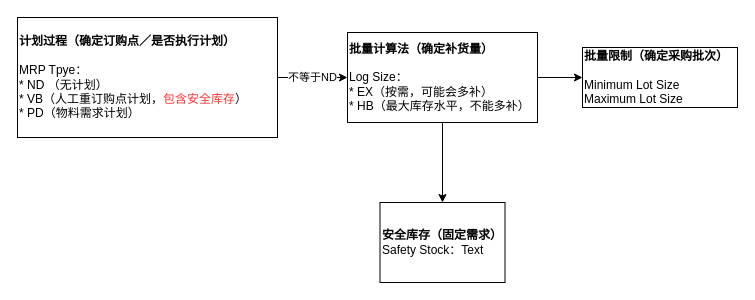
This is architecture/Untitled Diagram.drawio from jkxyx205/diagrams, a draw.io file, before an edit. Source tidied: cells renumbered, new cells numbered last; positions are measured from the earlier drawing's top-left corner, leaving out a move shared by most shapes. Both pictures are drawn from the tidied source at 100%, with x=0, y=0 at pixel (17, 17).
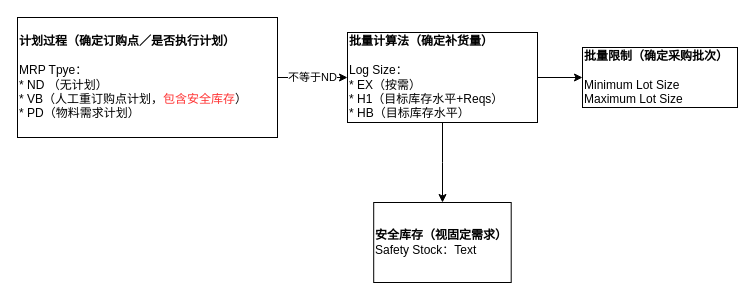
After the change.

Commit message:
add size type “H1”

What changed in the source:
```diff
@@
 <mxGraphModel>
   <root>
     <mxCell id="0" />
     <mxCell id="1" parent="0" />
     <mxCell id="2" value="不等于ND" style="edgeStyle=orthogonalEdgeStyle;rounded=0;jettySize=auto;html=1;" parent="1" edge="1" source="3" target="6">
       <mxGeometry relative="1" as="geometry" />
     </mxCell>
     <mxCell id="3" value="&lt;b&gt;计划过程（确定订购点／是否执行计划）&lt;br&gt;&lt;/b&gt;&lt;br&gt;MRP Tpye：&lt;br&gt;* ND （无计划）&lt;br&gt;* VB（人工重订购点计划，&lt;font color=&quot;#ff3333&quot;&gt;包含安全库存&lt;/font&gt;）&lt;br&gt;* PD（物料需求计划）" style="rounded=0;whiteSpace=wrap;html=1;align=left;" parent="1" vertex="1">
       <mxGeometry width="260" height="120" as="geometry" />
     </mxCell>
     <mxCell id="4" style="edgeStyle=orthogonalEdgeStyle;rounded=0;jettySize=auto;html=1;" parent="1" edge="1" source="6" target="7">
       <mxGeometry relative="1" as="geometry" />
     </mxCell>
     <mxCell id="5" style="edgeStyle=orthogonalEdgeStyle;rounded=0;jettySize=auto;html=1;" parent="1" edge="1" source="6" target="8">
       <mxGeometry relative="1" as="geometry" />
     </mxCell>
-    <mxCell id="6" value="&lt;b&gt;批量计算法（确定补货量）&lt;/b&gt;&lt;br&gt;&lt;br&gt;Log Size：&lt;br&gt;* EX（按需，可能会多补）&lt;br&gt;* HB（最大库存水平，不能多补）" style="rounded=0;whiteSpace=wrap;html=1;align=left;" parent="1" vertex="1">
+    <mxCell id="6" value="&lt;b&gt;批量计算法（确定补货量）&lt;/b&gt;&lt;br&gt;&lt;br&gt;Log Size：&lt;br&gt;* EX（按需）&lt;br&gt;* H1（目标库存水平+Reqs）&lt;br&gt;* HB（目标库存水平）" style="rounded=0;whiteSpace=wrap;html=1;align=left;" parent="1" vertex="1">
       <mxGeometry x="330" y="15" width="190" height="90" as="geometry" />
     </mxCell>
     <mxCell id="7" value="&lt;b&gt;批量限制（确定采购批次）&lt;br&gt;&lt;/b&gt;&lt;br&gt;Minimum Lot Size&lt;br&gt;Maximum Lot Size" style="whiteSpace=wrap;html=1;rounded=0;align=left;" parent="1" vertex="1">
       <mxGeometry x="565" y="30" width="155" height="60" as="geometry" />
     </mxCell>
-    <mxCell id="8" value="&lt;b&gt;安全库存（固定需求）&lt;/b&gt;&lt;br&gt;Safety Stock：Text" style="whiteSpace=wrap;html=1;rounded=0;align=left;" parent="1" vertex="1">
-      <mxGeometry x="362.5" y="185" width="125" height="80" as="geometry" />
+    <mxCell id="8" value="&lt;b&gt;安全库存（视固定需求）&lt;/b&gt;&lt;br&gt;Safety Stock：Text" style="whiteSpace=wrap;html=1;rounded=0;align=left;" parent="1" vertex="1">
+      <mxGeometry x="356.2" y="185" width="137.5" height="80" as="geometry" />
     </mxCell>
   </root>
 </mxGraphModel>
```
